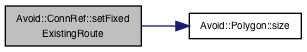
Before: documentation/classAvoid_1_1ConnRef_ab3bea9ff902f7b2faf8be50f8aa82f90_cgraph.png, a diagram exported from Graphviz (mjwybrow/adaptagrams). Its source is kept beside it as documentation/classAvoid_1_1ConnRef_ab3bea9ff902f7b2faf8be50f8aa82f90_cgraph.dot.
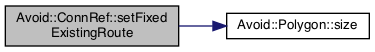
The same diagram one commit later.

What changed in the source:
```diff
@@ -3,7 +3,7 @@
   edge [fontname="Helvetica",fontsize="10",labelfontname="Helvetica",labelfontsize="10"];
   node [fontname="Helvetica",fontsize="10",shape=record];
   rankdir="LR";
-  Node81 [label="Avoid::ConnRef::setFixed\lExistingRoute",height=0.2,width=0.4,color="black", fillcolor="grey75", style="filled", fontcolor="black"];
-  Node81 -> Node82 [color="midnightblue",fontsize="10",style="solid",fontname="Helvetica"];
-  Node82 [label="Avoid::Polygon::size",height=0.2,width=0.4,color="black", fillcolor="white", style="filled",URL="$classAvoid_1_1Polygon.html#a2f9e9c8c78407eefbde944e663d9711e",tooltip="Returns the number of points in this polygon. "];
+  Node64 [label="Avoid::ConnRef::setFixed\lExistingRoute",height=0.2,width=0.4,color="black", fillcolor="grey75", style="filled", fontcolor="black"];
+  Node64 -> Node65 [color="midnightblue",fontsize="10",style="solid",fontname="Helvetica"];
+  Node65 [label="Avoid::Polygon::size",height=0.2,width=0.4,color="black", fillcolor="white", style="filled",URL="$classAvoid_1_1Polygon.html#a2f9e9c8c78407eefbde944e663d9711e",tooltip="Returns the number of points in this polygon. "];
 }
```
